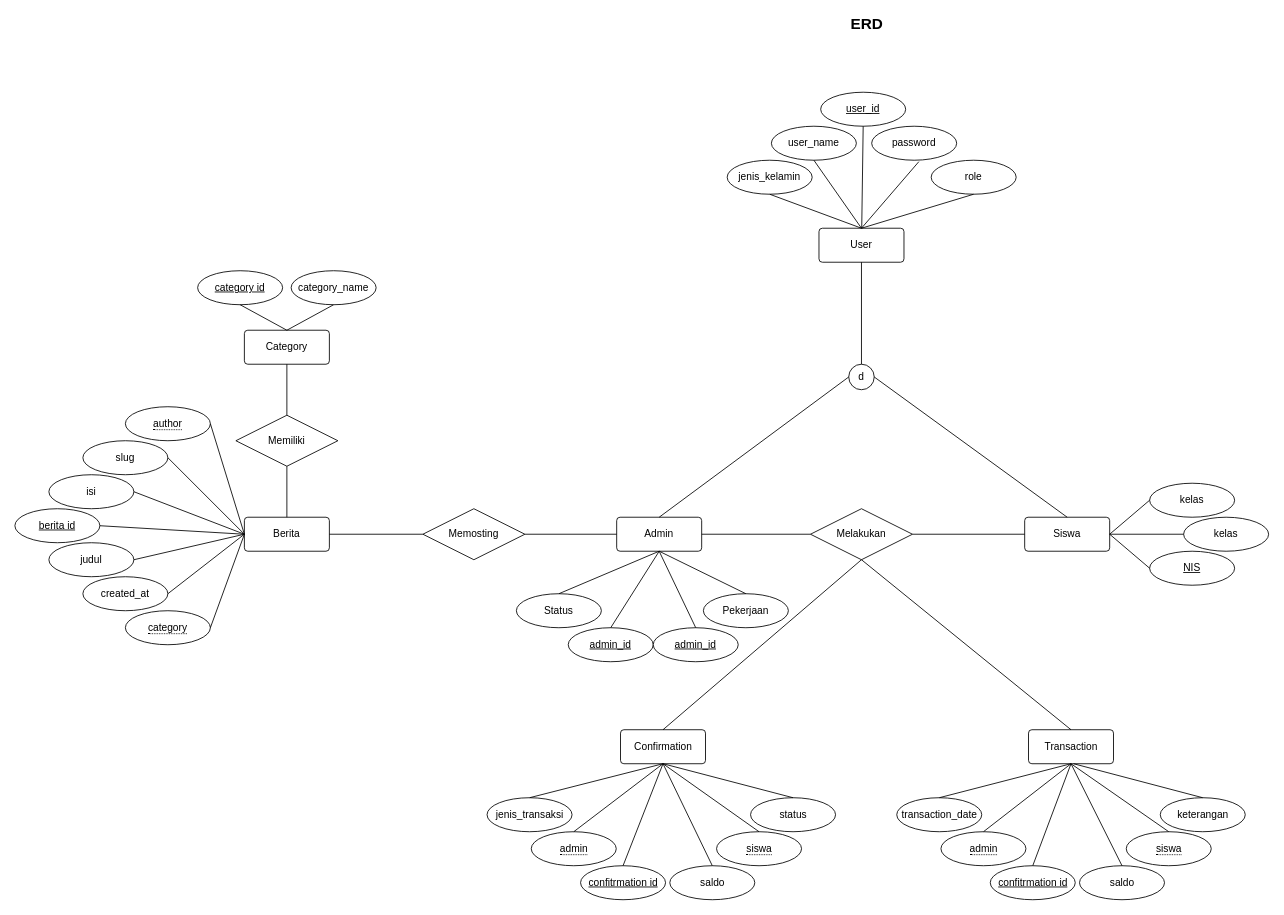
DzakiyDzakwan/Tabungan_Siswa keeps this draw.io diagram as database/tabsis.drawio. Above is the earlier version. Source tidied: cells renumbered, new cells numbered last; positions are measured from the earlier drawing's top-left corner, leaving out a move shared by most shapes. Both pictures are drawn from the tidied source at 85%, with x=0, y=0 at pixel (14, 15).
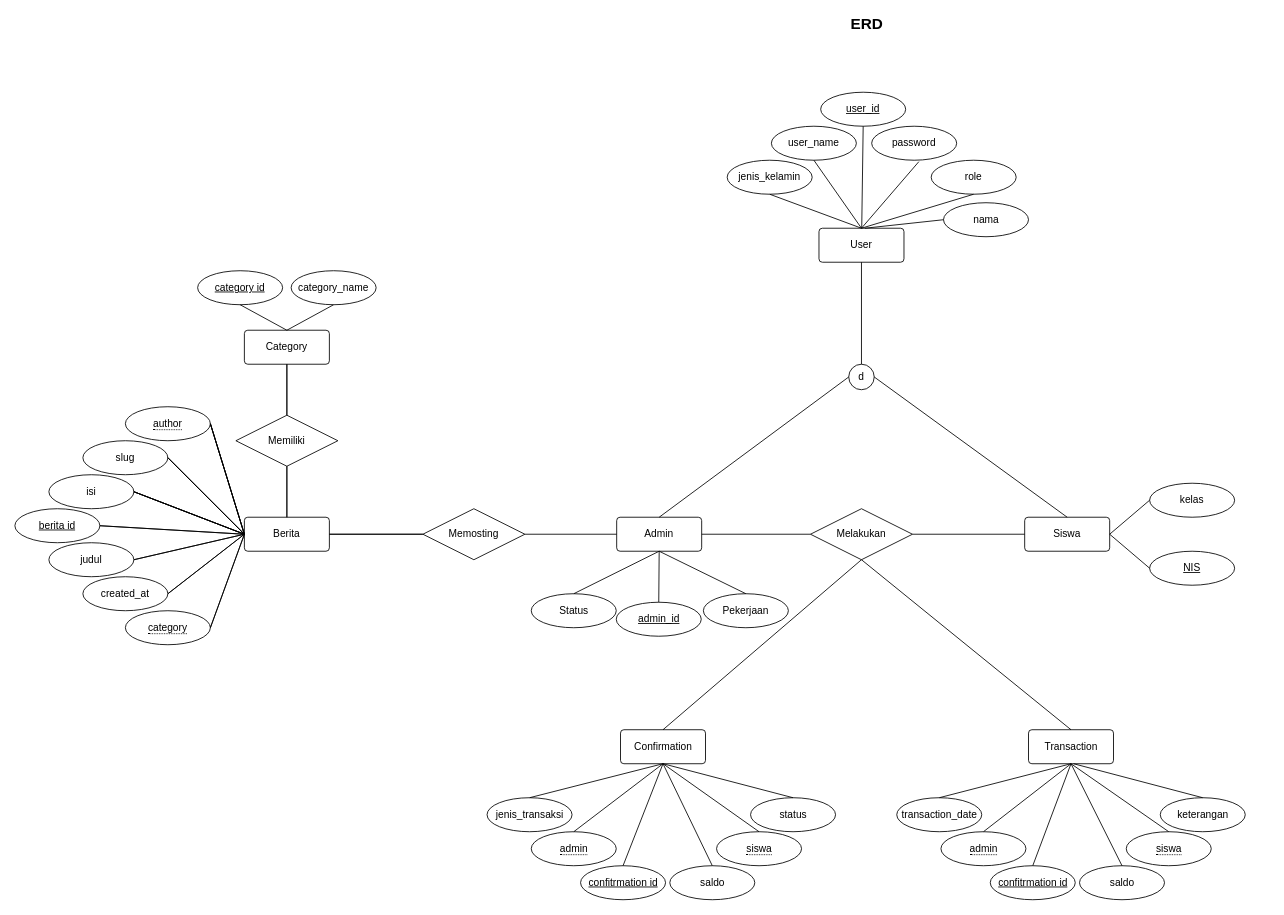
The same page after the edit.

Unchanged cells that the change refers to:
```xml
<mxCell id="9" value="Admin" style="rounded=1;arcSize=10;whiteSpace=wrap;html=1;align=center;" parent="1" vertex="1">
  <mxGeometry x="708" y="590" width="100" height="40" as="geometry" />
</mxCell>
<mxCell id="11" value="Siswa" style="rounded=1;arcSize=10;whiteSpace=wrap;html=1;align=center;" parent="1" vertex="1">
  <mxGeometry x="1188" y="590" width="100" height="40" as="geometry" />
</mxCell>
```

The edit, as a diff of the source:
```diff
@@
     <mxCell id="41" value="admin_id" style="ellipse;whiteSpace=wrap;html=1;align=center;fontStyle=4;" parent="1" vertex="1">
-      <mxGeometry x="651" y="720" width="100" height="40" as="geometry" />
+      <mxGeometry x="707.5" y="690" width="100" height="40" as="geometry" />
     </mxCell>
@@
     <mxCell id="43" value="Status" style="ellipse;whiteSpace=wrap;html=1;align=center;" parent="1" vertex="1">
-      <mxGeometry x="590" y="680" width="100" height="40" as="geometry" />
+      <mxGeometry x="607.5" y="680" width="100" height="40" as="geometry" />
     </mxCell>
@@
-    <mxCell id="87" value="kelas" style="ellipse;whiteSpace=wrap;html=1;align=center;" parent="1" vertex="1">
-      <mxGeometry x="1375" y="590" width="100" height="40" as="geometry" />
-    </mxCell>
-    <mxCell id="88" style="endArrow=none;html=1;rounded=0;exitX=1;exitY=0.5;exitDx=0;exitDy=0;entryX=0;entryY=0.5;entryDx=0;entryDy=0;" parent="1" edge="1" source="11" target="87">
-      <mxGeometry relative="1" as="geometry" />
-    </mxCell>
-    <mxCell id="89" value="admin_id" style="ellipse;whiteSpace=wrap;html=1;align=center;fontStyle=4;" parent="1" vertex="1">
-      <mxGeometry x="751" y="720" width="100" height="40" as="geometry" />
-    </mxCell>
-    <mxCell id="90" style="endArrow=none;html=1;rounded=0;exitX=0.5;exitY=1;exitDx=0;exitDy=0;entryX=0.5;entryY=0;entryDx=0;entryDy=0;" parent="1" edge="1" source="9" target="89">
-      <mxGeometry relative="1" as="geometry" />
-    </mxCell>
+    <mxCell id="91" value="nama" style="ellipse;whiteSpace=wrap;html=1;align=center;" parent="1" vertex="1">
+      <mxGeometry x="1092.5" y="220" width="100" height="40" as="geometry" />
+    </mxCell>
+    <mxCell id="92" style="endArrow=none;html=1;rounded=0;exitX=0;exitY=0.5;exitDx=0;exitDy=0;" parent="1" edge="1" source="91">
+      <mxGeometry relative="1" as="geometry">
+        <mxPoint x="1000" y="250" as="targetPoint" />
+      </mxGeometry>
+    </mxCell>
+    <mxCell id="93" style="endArrow=none;html=1;rounded=0;exitX=1;exitY=0.5;exitDx=0;exitDy=0;entryX=0;entryY=0.5;entryDx=0;entryDy=0;" parent="1" edge="1">
+      <mxGeometry relative="1" as="geometry">
+        <mxPoint x="230" y="480" as="sourcePoint" />
+        <mxPoint x="270" y="610" as="targetPoint" />
+      </mxGeometry>
+    </mxCell>
+    <mxCell id="94" style="endArrow=none;html=1;rounded=0;exitX=1;exitY=0.5;exitDx=0;exitDy=0;entryX=0;entryY=0.5;entryDx=0;entryDy=0;" parent="1" edge="1">
+      <mxGeometry relative="1" as="geometry">
+        <mxPoint x="180" y="520" as="sourcePoint" />
+        <mxPoint x="270" y="610" as="targetPoint" />
+      </mxGeometry>
+    </mxCell>
+    <mxCell id="95" style="endArrow=none;html=1;rounded=0;exitX=1;exitY=0.5;exitDx=0;exitDy=0;entryX=0;entryY=0.5;entryDx=0;entryDy=0;" parent="1" edge="1">
+      <mxGeometry relative="1" as="geometry">
+        <mxPoint x="140" y="560" as="sourcePoint" />
+        <mxPoint x="270" y="610" as="targetPoint" />
+      </mxGeometry>
+    </mxCell>
+    <mxCell id="96" style="endArrow=none;html=1;rounded=0;exitX=1;exitY=0.5;exitDx=0;exitDy=0;entryX=0;entryY=0.5;entryDx=0;entryDy=0;" parent="1" edge="1">
+      <mxGeometry relative="1" as="geometry">
+        <mxPoint x="230" y="480" as="sourcePoint" />
+        <mxPoint x="270" y="610" as="targetPoint" />
+      </mxGeometry>
+    </mxCell>
+    <mxCell id="97" style="endArrow=none;html=1;rounded=0;exitX=1;exitY=0.5;exitDx=0;exitDy=0;entryX=0;entryY=0.5;entryDx=0;entryDy=0;" parent="1" edge="1">
+      <mxGeometry relative="1" as="geometry">
+        <mxPoint x="180" y="520" as="sourcePoint" />
+        <mxPoint x="270" y="610" as="targetPoint" />
+      </mxGeometry>
+    </mxCell>
+    <mxCell id="98" style="endArrow=none;html=1;rounded=0;exitX=1;exitY=0.5;exitDx=0;exitDy=0;entryX=0;entryY=0.5;entryDx=0;entryDy=0;" parent="1" edge="1">
+      <mxGeometry relative="1" as="geometry">
+        <mxPoint x="140" y="560" as="sourcePoint" />
+        <mxPoint x="270" y="610" as="targetPoint" />
+      </mxGeometry>
+    </mxCell>
+    <mxCell id="99" style="endArrow=none;html=1;rounded=0;exitX=1;exitY=0.5;exitDx=0;exitDy=0;entryX=0;entryY=0.5;entryDx=0;entryDy=0;" parent="1" edge="1">
+      <mxGeometry relative="1" as="geometry">
+        <mxPoint x="230" y="480" as="sourcePoint" />
+        <mxPoint x="270" y="610" as="targetPoint" />
+      </mxGeometry>
+    </mxCell>
+    <mxCell id="100" style="endArrow=none;html=1;rounded=0;exitX=1;exitY=0.5;exitDx=0;exitDy=0;entryX=0;entryY=0.5;entryDx=0;entryDy=0;" parent="1" edge="1">
+      <mxGeometry relative="1" as="geometry">
+        <mxPoint x="180" y="520" as="sourcePoint" />
+        <mxPoint x="270" y="610" as="targetPoint" />
+      </mxGeometry>
+    </mxCell>
+    <mxCell id="101" style="endArrow=none;html=1;rounded=0;exitX=1;exitY=0.5;exitDx=0;exitDy=0;entryX=0;entryY=0.5;entryDx=0;entryDy=0;" parent="1" edge="1">
+      <mxGeometry relative="1" as="geometry">
+        <mxPoint x="140" y="560" as="sourcePoint" />
+        <mxPoint x="270" y="610" as="targetPoint" />
+      </mxGeometry>
+    </mxCell>
+    <mxCell id="102" style="endArrow=none;html=1;rounded=0;exitX=1;exitY=0.5;exitDx=0;exitDy=0;entryX=0;entryY=0.5;entryDx=0;entryDy=0;" parent="1" edge="1">
+      <mxGeometry relative="1" as="geometry">
+        <mxPoint x="100" y="600" as="sourcePoint" />
+        <mxPoint x="270" y="610" as="targetPoint" />
+      </mxGeometry>
+    </mxCell>
+    <mxCell id="103" style="endArrow=none;html=1;rounded=0;exitX=1;exitY=0.5;exitDx=0;exitDy=0;entryX=0;entryY=0.5;entryDx=0;entryDy=0;" parent="1" edge="1">
+      <mxGeometry relative="1" as="geometry">
+        <mxPoint x="140" y="640" as="sourcePoint" />
+        <mxPoint x="270" y="610" as="targetPoint" />
+      </mxGeometry>
+    </mxCell>
+    <mxCell id="104" style="endArrow=none;html=1;rounded=0;exitX=1;exitY=0.5;exitDx=0;exitDy=0;entryX=0;entryY=0.5;entryDx=0;entryDy=0;" parent="1" edge="1">
+      <mxGeometry relative="1" as="geometry">
+        <mxPoint x="180" y="680" as="sourcePoint" />
+        <mxPoint x="270" y="610" as="targetPoint" />
+      </mxGeometry>
+    </mxCell>
+    <mxCell id="105" style="endArrow=none;html=1;rounded=0;exitX=1;exitY=0.5;exitDx=0;exitDy=0;entryX=0;entryY=0.5;entryDx=0;entryDy=0;" parent="1" edge="1">
+      <mxGeometry relative="1" as="geometry">
+        <mxPoint x="230" y="720" as="sourcePoint" />
+        <mxPoint x="270" y="610" as="targetPoint" />
+      </mxGeometry>
+    </mxCell>
+    <mxCell id="106" style="endArrow=none;html=1;rounded=0;exitX=0.5;exitY=1;exitDx=0;exitDy=0;entryX=0.5;entryY=0;entryDx=0;entryDy=0;" parent="1" edge="1">
+      <mxGeometry relative="1" as="geometry">
+        <mxPoint x="320" y="530" as="sourcePoint" />
+        <mxPoint x="320" y="590" as="targetPoint" />
+      </mxGeometry>
+    </mxCell>
+    <mxCell id="107" style="endArrow=none;html=1;rounded=0;exitX=0;exitY=0.5;exitDx=0;exitDy=0;entryX=1;entryY=0.5;entryDx=0;entryDy=0;" parent="1" edge="1">
+      <mxGeometry relative="1" as="geometry">
+        <mxPoint x="480" y="610" as="sourcePoint" />
+        <mxPoint x="370" y="610" as="targetPoint" />
+      </mxGeometry>
+    </mxCell>
+    <mxCell id="108" style="endArrow=none;html=1;rounded=0;exitX=0.5;exitY=1;exitDx=0;exitDy=0;entryX=0.5;entryY=0;entryDx=0;entryDy=0;" parent="1" edge="1">
+      <mxGeometry relative="1" as="geometry">
+        <mxPoint x="320" y="410" as="sourcePoint" />
+        <mxPoint x="320" y="470" as="targetPoint" />
+      </mxGeometry>
+    </mxCell>
```
